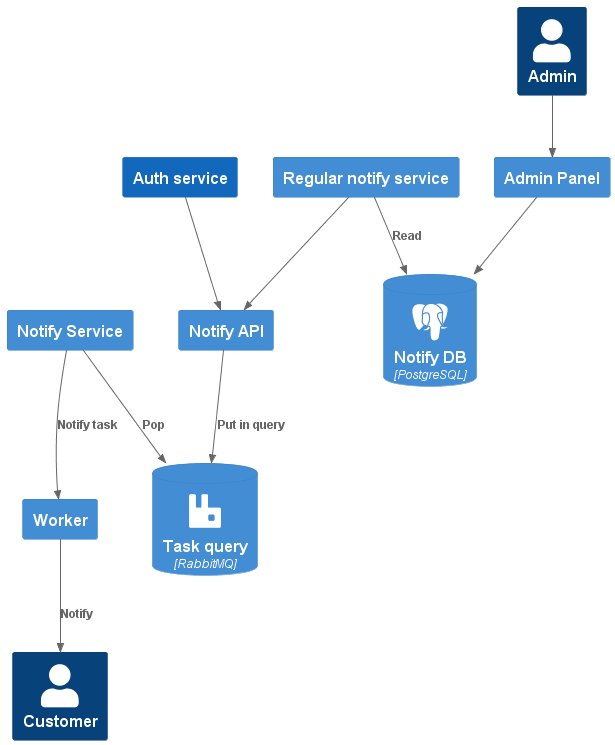
This is diagrams/out/notification/notification.png from likeinlife-Yandex-Practicum/notification, a PlantUML export, as it was before one commit.
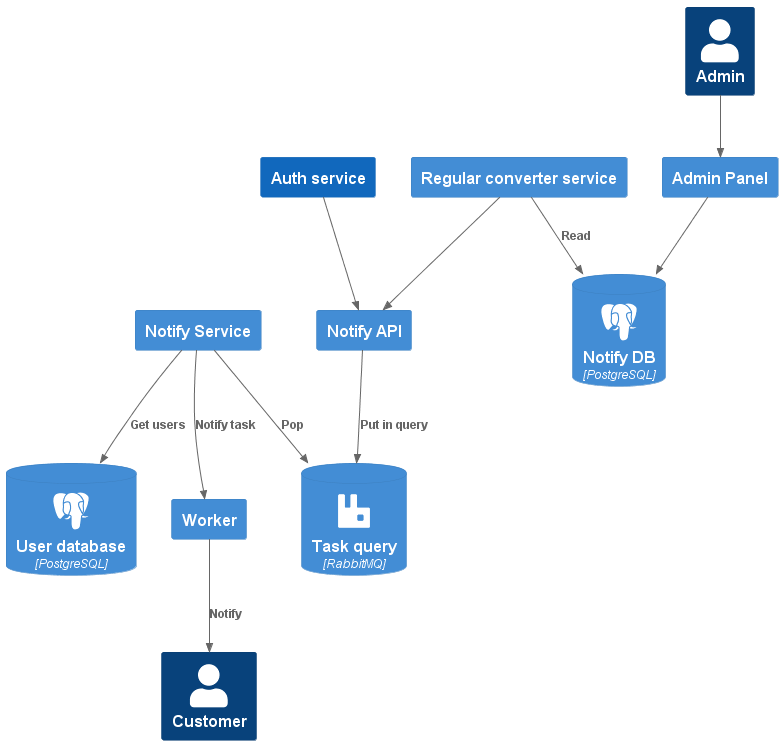
After the change.

Commit message:
upd: diagrams

The edit, as a diff of the source:
```diff
@@ -13,10 +13,11 @@
 
 Container(admin_panel, "Admin Panel")
 Container(notify_api, "Notify API")
-Container(notify_regular_service, "Regular notify service")
+Container(regular_converter, "Regular converter service")
 Container(notify_service, "Notify Service")
 ContainerDb(db, "Notify DB", "PostgreSQL", $sprite="postgresql")
 ContainerDb(query, "Task query", "RabbitMQ", $sprite="rabbitmq")
+ContainerDb(user_db, "User database", "PostgreSQL", $sprite="postgresql")
 Container(worker, "Worker")
 
 Rel(notify_admin, admin_panel, "")
@@ -25,9 +26,10 @@
 Rel(external, notify_api, "")
 Rel(notify_api, query, "Put in query")
 
-Rel(notify_regular_service, db, "Read")
-Rel(notify_regular_service, notify_api, "")
+Rel(regular_converter, db, "Read")
+Rel(regular_converter, notify_api, "")
 Rel(notify_service, worker, "Notify task")
+Rel(notify_service, user_db, "Get users")
 Rel(notify_service, query, "Pop")
 
 Rel(worker, user, "Notify")
```
